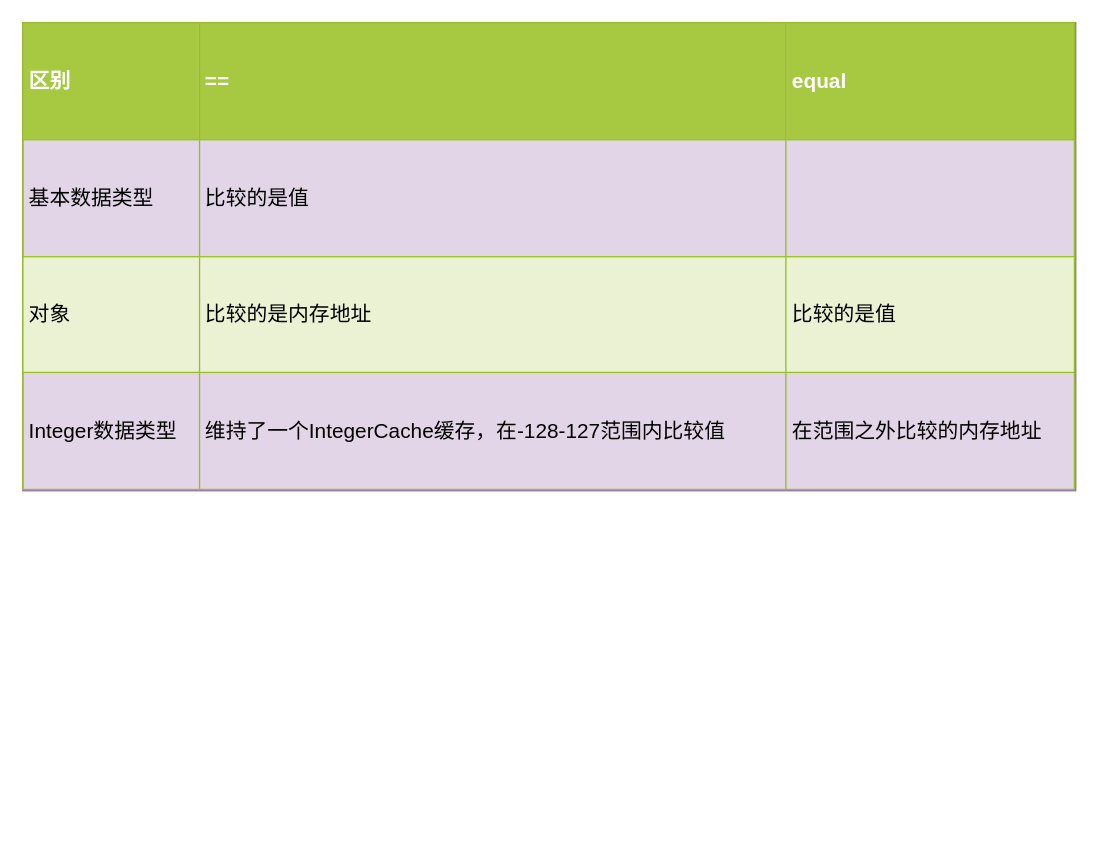
Above: Java 基础/equals 和 == 的区别.drawio in lzyooyle/TikTok (draw.io), before the change. Source tidied: cells renumbered, new cells numbered last; positions are measured from the earlier drawing's top-left corner, leaving out a move shared by most shapes. Both pictures are drawn from the tidied source at 130%, with x=0, y=0 at pixel (22, 22).
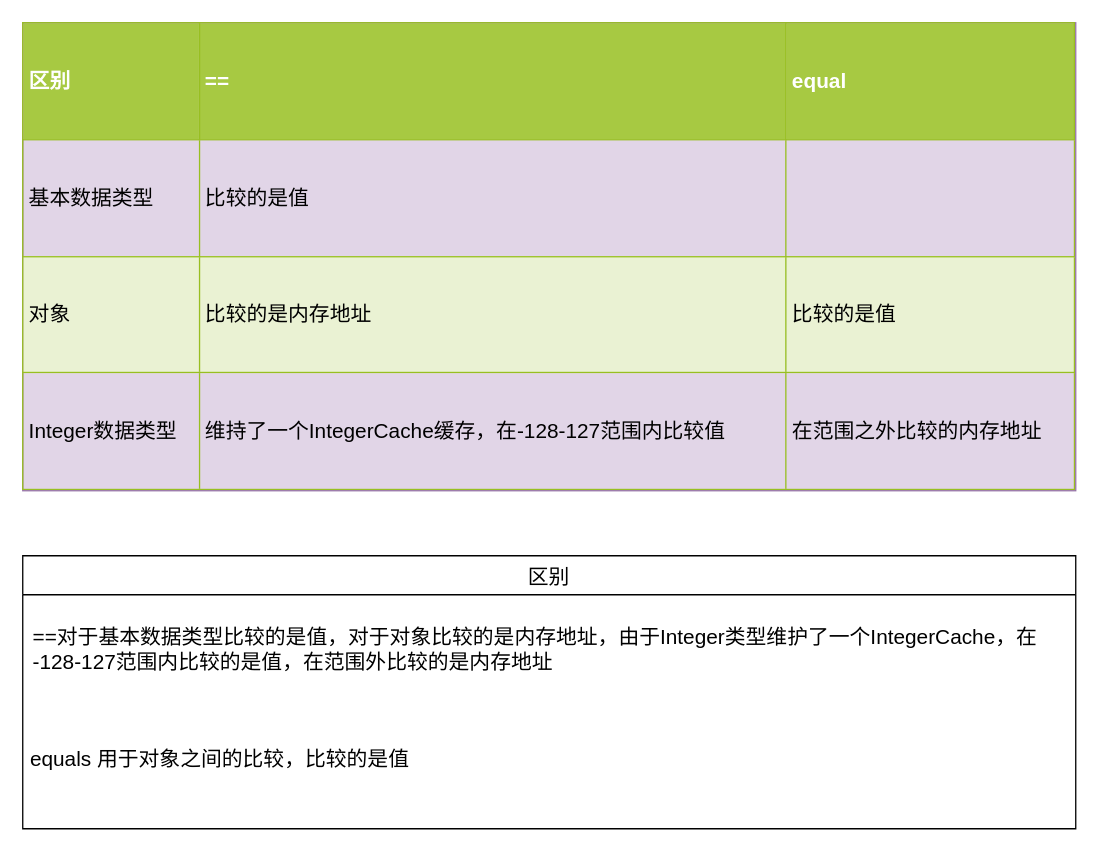
The same page after the edit.

Change to the diagram source:
```diff
@@
 <mxGraphModel>
   <root>
     <mxCell id="0" />
     <mxCell id="1" parent="0" />
     <mxCell id="2" value="&lt;table border=&quot;1&quot; width=&quot;100%&quot; cellpadding=&quot;4&quot; style=&quot;width: 100% ; height: 100% ; border-collapse: collapse&quot;&gt;&lt;tbody style=&quot;font-size: 16px&quot;&gt;&lt;tr style=&quot;background-color: rgb(167 , 201 , 66) ; color: rgb(255 , 255 , 255) ; border: 1px solid rgb(152 , 191 , 33)&quot;&gt;&lt;th align=&quot;left&quot;&gt;区别&lt;/th&gt;&lt;th align=&quot;left&quot;&gt;==&lt;/th&gt;&lt;th align=&quot;left&quot;&gt;equal&lt;/th&gt;&lt;/tr&gt;&lt;tr style=&quot;border: 1px solid #98bf21&quot;&gt;&lt;td&gt;基本数据类型&lt;/td&gt;&lt;td&gt;比较的是值&lt;/td&gt;&lt;td&gt;&lt;/td&gt;&lt;/tr&gt;&lt;tr style=&quot;background-color: #eaf2d3 ; border: 1px solid #98bf21&quot;&gt;&lt;td&gt;对象&lt;/td&gt;&lt;td&gt;比较的是内存地址&lt;/td&gt;&lt;td&gt;比较的是值&lt;/td&gt;&lt;/tr&gt;&lt;tr style=&quot;border: 1px solid #98bf21&quot;&gt;&lt;td&gt;Integer数据类型&lt;/td&gt;&lt;td&gt;维持了一个IntegerCache缓存，在-128-127范围内比较值&lt;/td&gt;&lt;td&gt;在范围之外比较的内存地址&lt;/td&gt;&lt;/tr&gt;&lt;/tbody&gt;&lt;/table&gt;" style="text;html=1;overflow=fill;rounded=0;fontFamily=Helvetica;fillColor=#e1d5e7;strokeColor=#9673a6;" parent="1" vertex="1">
       <mxGeometry width="810" height="360" as="geometry" />
     </mxCell>
+    <mxCell id="3" value="区别" style="swimlane;fontStyle=0;horizontal=1;startSize=30;labelBackgroundColor=none;fontFamily=Helvetica;fontSize=16;" parent="1" vertex="1">
+      <mxGeometry y="410" width="810" height="210" as="geometry" />
+    </mxCell>
+    <mxCell id="4" value="==对于基本数据类型比较的是值，对于对象比较的是内存地址，由于Integer类型维护了一个IntegerCache，在&#10;-128-127范围内比较的是值，在范围外比较的是内存地址" style="text;strokeColor=none;fillColor=none;align=left;verticalAlign=middle;spacingLeft=4;spacingRight=4;overflow=hidden;labelBackgroundColor=none;fontFamily=Helvetica;fontSize=16;spacing=4;spacingBottom=-12;" parent="3" vertex="1">
+      <mxGeometry y="30" width="810" height="70" as="geometry" />
+    </mxCell>
+    <mxCell id="5" value="equals 用于对象之间的比较，比较的是值" style="text;strokeColor=none;fillColor=none;align=left;verticalAlign=middle;spacingLeft=4;spacingRight=4;overflow=hidden;labelBackgroundColor=none;fontFamily=Helvetica;fontSize=16;" parent="3" vertex="1">
+      <mxGeometry y="100" width="810" height="110" as="geometry" />
+    </mxCell>
   </root>
 </mxGraphModel>
```
